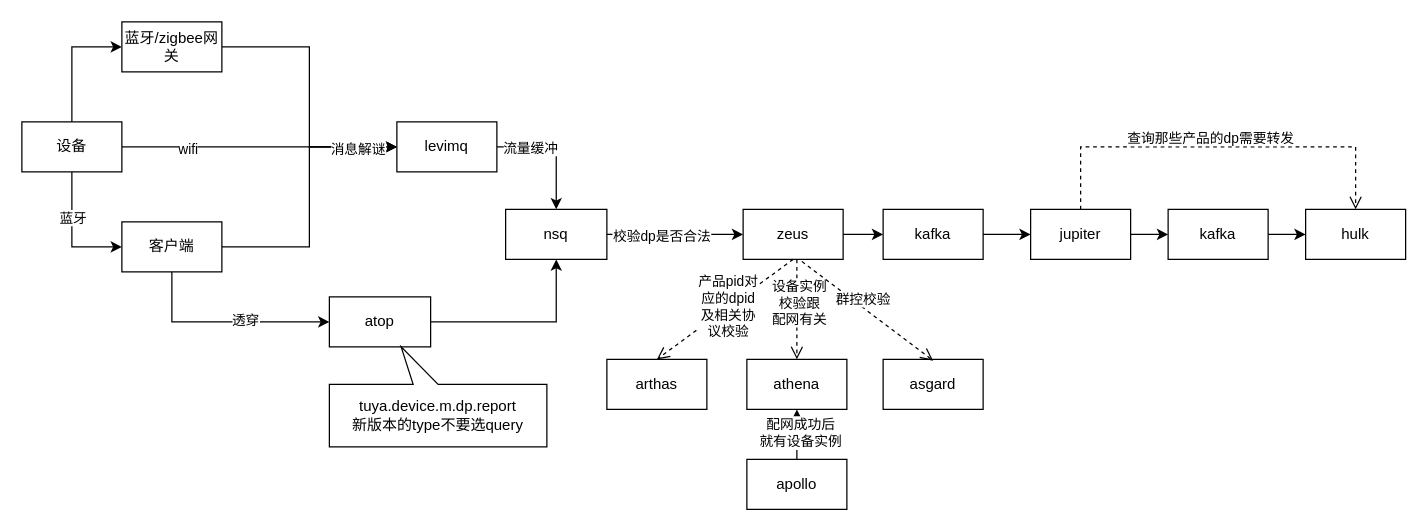
Above: Untitled Diagram.drawio in javacoderinhz/img (draw.io), before the change. Source tidied: cells renumbered, new cells numbered last; positions are measured from the earlier drawing's top-left corner, leaving out a move shared by most shapes. Both pictures are drawn from the tidied source at 125%, with x=0, y=0 at pixel (21, 21).
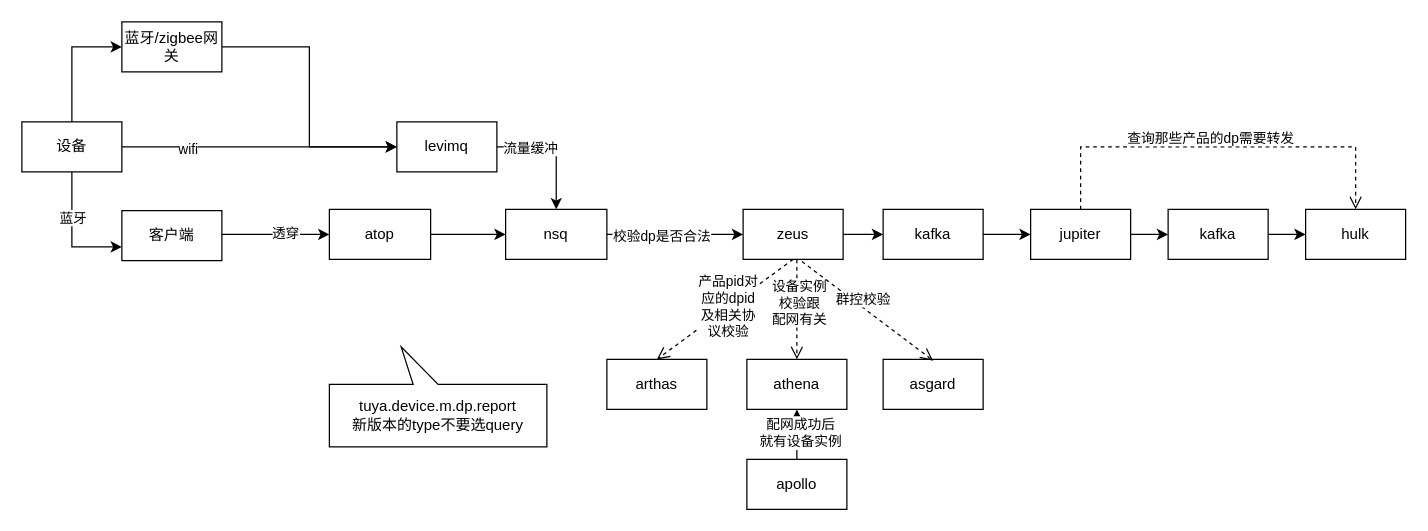
After the change.

The change refers to these unchanged cells:
```xml
<mxCell id="22" value="nsq" style="whiteSpace=wrap;html=1;rounded=0;" parent="1" vertex="1">
  <mxGeometry x="387" y="150" width="81" height="40" as="geometry" />
</mxCell>
```

The edit, as a diff of the source:
```diff
@@
-    <mxCell id="14" style="edgeStyle=orthogonalEdgeStyle;rounded=0;jettySize=auto;html=1;exitX=1;exitY=0.5;exitDx=0;exitDy=0;" parent="1" edge="1" source="18">
-      <mxGeometry relative="1" as="geometry">
-        <mxPoint x="300" y="100" as="targetPoint" />
-        <Array as="points">
-          <mxPoint x="230" y="180" />
-          <mxPoint x="230" y="100" />
-        </Array>
-      </mxGeometry>
-    </mxCell>
-    <mxCell id="15" value="消息解谜" style="edgeLabel;html=1;align=center;verticalAlign=middle;" parent="14" vertex="1">
-      <mxGeometry x="0.71" y="-1" relative="1" as="geometry" />
-    </mxCell>
-    <mxCell id="16" style="edgeStyle=orthogonalEdgeStyle;rounded=0;jettySize=auto;html=1;entryX=0;entryY=0.5;entryDx=0;entryDy=0;" parent="1" edge="1" source="18" target="21">
+    <mxCell id="16" style="edgeStyle=orthogonalEdgeStyle;rounded=0;jettySize=auto;html=1;entryX=0;entryY=0.5;entryDx=0;entryDy=0;exitX=1;exitY=0.5;exitDx=0;exitDy=0;" parent="1" edge="1" source="18" target="21">
       <mxGeometry relative="1" as="geometry">
         <Array as="points">
-          <mxPoint x="120" y="240" />
+          <mxPoint x="160" y="170" />
         </Array>
       </mxGeometry>
     </mxCell>
@@
     <mxCell id="18" value="客户端" style="rounded=0;whiteSpace=wrap;html=1;" parent="1" vertex="1">
-      <mxGeometry x="80" y="160" width="80" height="40" as="geometry" />
+      <mxGeometry x="80" y="151" width="80" height="40" as="geometry" />
     </mxCell>
@@
-    <mxCell id="20" style="edgeStyle=orthogonalEdgeStyle;rounded=0;jettySize=auto;html=1;" parent="1" edge="1" source="21" target="22">
+    <mxCell id="20" style="edgeStyle=orthogonalEdgeStyle;rounded=0;jettySize=auto;html=1;entryX=0;entryY=0.5;entryDx=0;entryDy=0;" parent="1" edge="1" source="21" target="22">
       <mxGeometry relative="1" as="geometry" />
     </mxCell>
     <mxCell id="21" value="atop" style="whiteSpace=wrap;html=1;rounded=0;" parent="1" vertex="1">
-      <mxGeometry x="246" y="220" width="81" height="40" as="geometry" />
+      <mxGeometry x="246" y="150" width="81" height="40" as="geometry" />
     </mxCell>
```
